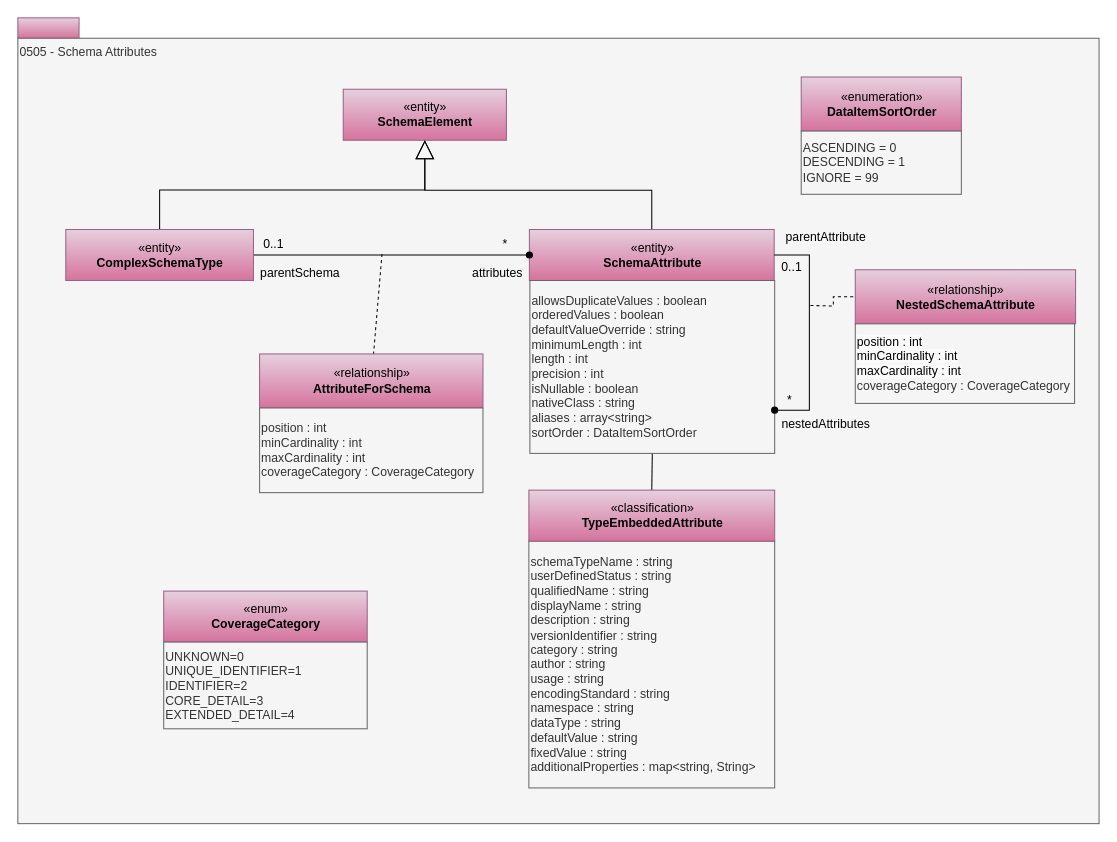
Above: page "0505-Schema-Attributes" (5 of 32) of site/docs/types/5/area-5-models-and-schema.drawio in odpi/egeria-docs (draw.io), before the change. Source tidied: cells renumbered, new cells numbered last; positions are measured from the earlier drawing's top-left corner, leaving out a move shared by most shapes. Both pictures are drawn from the tidied source at 102%, with x=0, y=0 at pixel (17, 17).
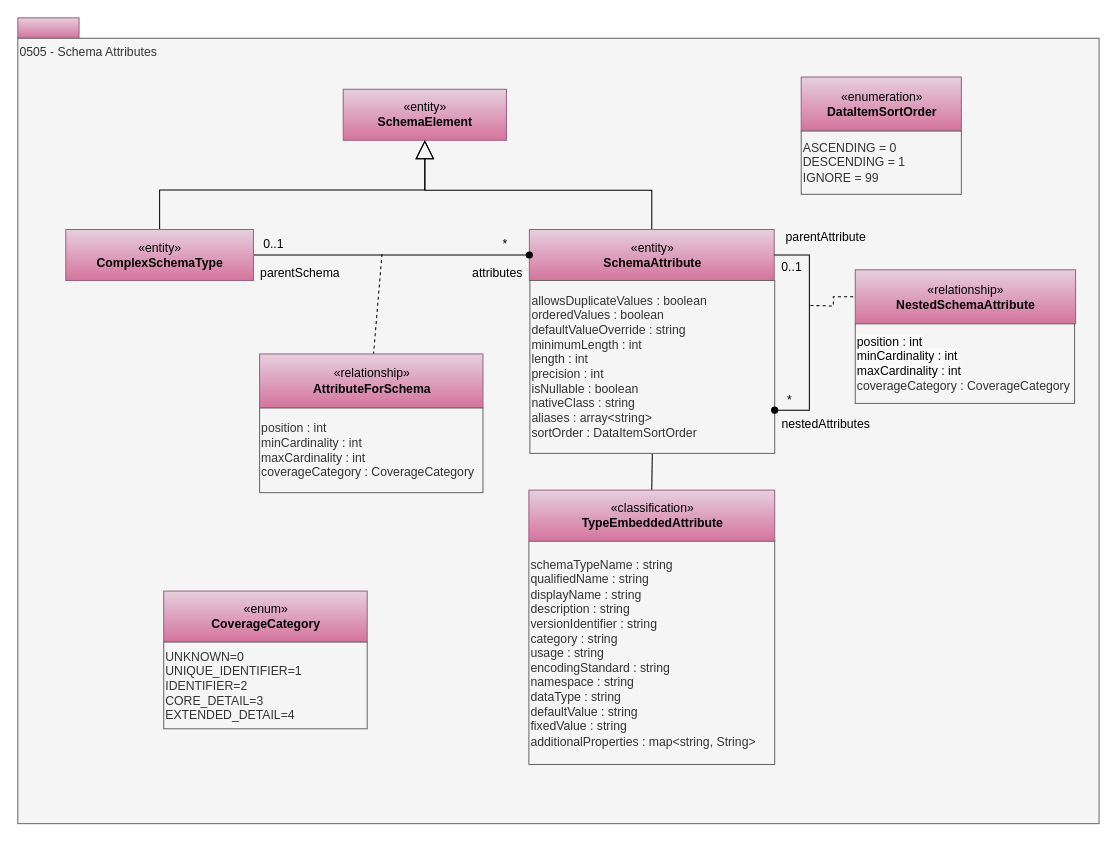
The same page after the edit.

What changed in the source:
```diff
@@
-    <mxCell id="20" value="schemaTypeName : string&lt;div&gt;userDefinedStatus : string&lt;br&gt;qualifiedName : string&lt;br&gt;displayName : string&lt;br&gt;description : string&lt;br&gt;versionIdentifier : string&lt;/div&gt;&lt;div&gt;category : string&lt;br&gt;author : string&lt;br&gt;usage : string&lt;br&gt;encodingStandard : string&lt;br&gt;namespace : string&lt;br&gt;dataType : string&lt;br&gt;defaultValue : string&lt;br&gt;fixedValue : string&lt;br&gt;additionalProperties : map&amp;lt;string, String&amp;gt;&lt;br&gt;&lt;div style=&quot;text-align: left&quot;&gt;&lt;/div&gt;&lt;/div&gt;" style="rounded=0;whiteSpace=wrap;html=1;strokeColor=#666666;align=left;fillColor=#f5f5f5;fontColor=#333333;" parent="1" vertex="1">
-      <mxGeometry x="501" y="513" width="241" height="242" as="geometry" />
+    <mxCell id="20" value="schemaTypeName : string&lt;div&gt;qualifiedName : string&lt;br&gt;displayName : string&lt;br&gt;description : string&lt;br&gt;versionIdentifier : string&lt;/div&gt;&lt;div&gt;category : string&lt;br&gt;usage : string&lt;br&gt;encodingStandard : string&lt;br&gt;namespace : string&lt;br&gt;dataType : string&lt;br&gt;defaultValue : string&lt;br&gt;fixedValue : string&lt;br&gt;additionalProperties : map&amp;lt;string, String&amp;gt;&lt;br&gt;&lt;div style=&quot;text-align: left&quot;&gt;&lt;/div&gt;&lt;/div&gt;" style="rounded=0;whiteSpace=wrap;html=1;strokeColor=#666666;align=left;fillColor=#f5f5f5;fontColor=#333333;" parent="1" vertex="1">
+      <mxGeometry x="501" y="513" width="241" height="219" as="geometry" />
     </mxCell>
```
